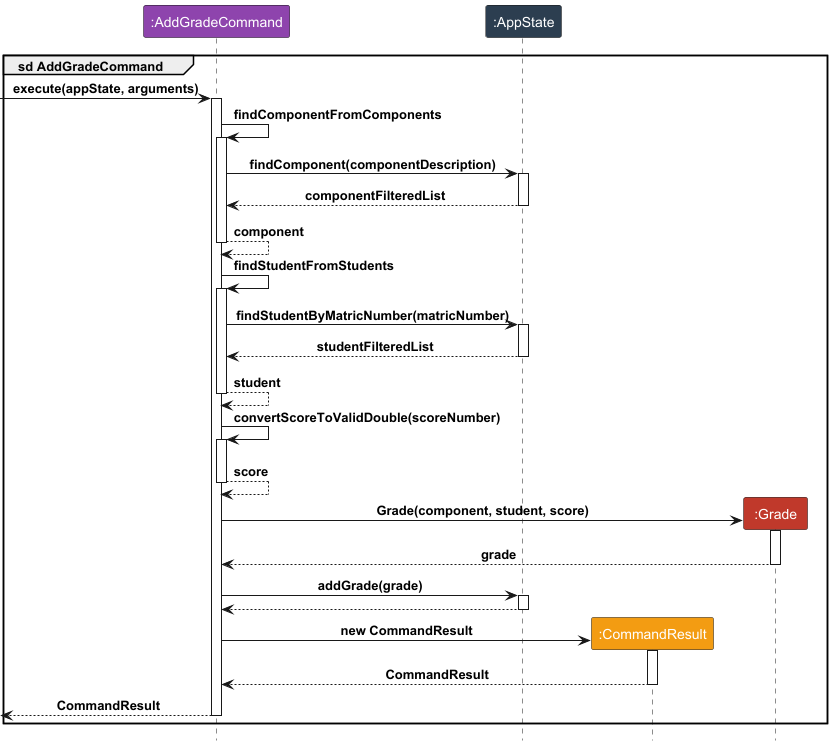
Before: docs/diagrams/AddGradeCommand.png, a diagram exported from PlantUML (yeekian/tp).
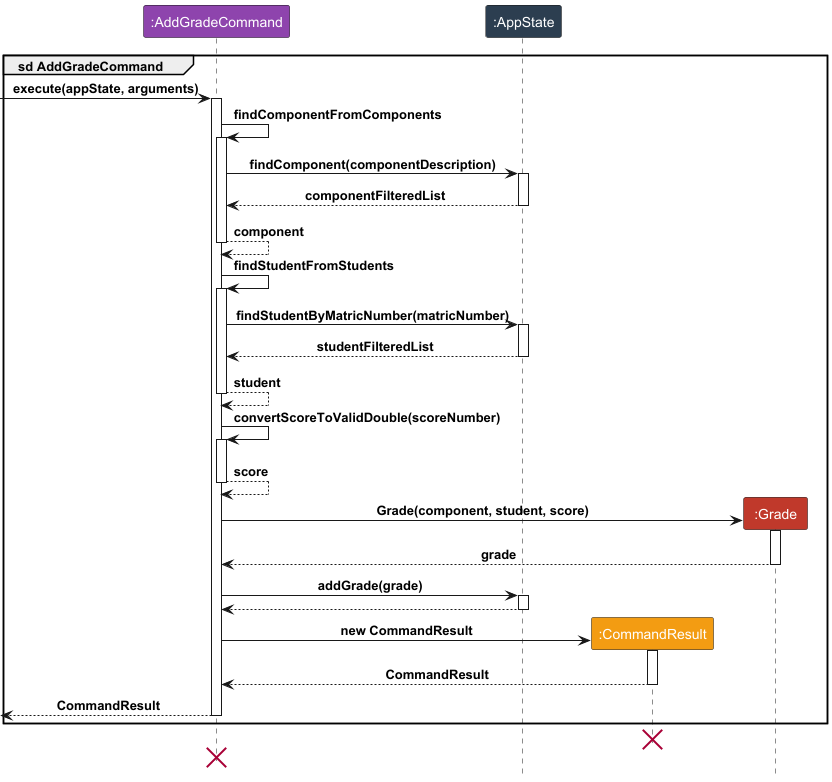
After the change.

Change to the diagram source:
```diff
@@ -54,6 +54,7 @@
 deactivate C
 
 end
-
+destroy R
+destroy C
 
 @enduml
```
